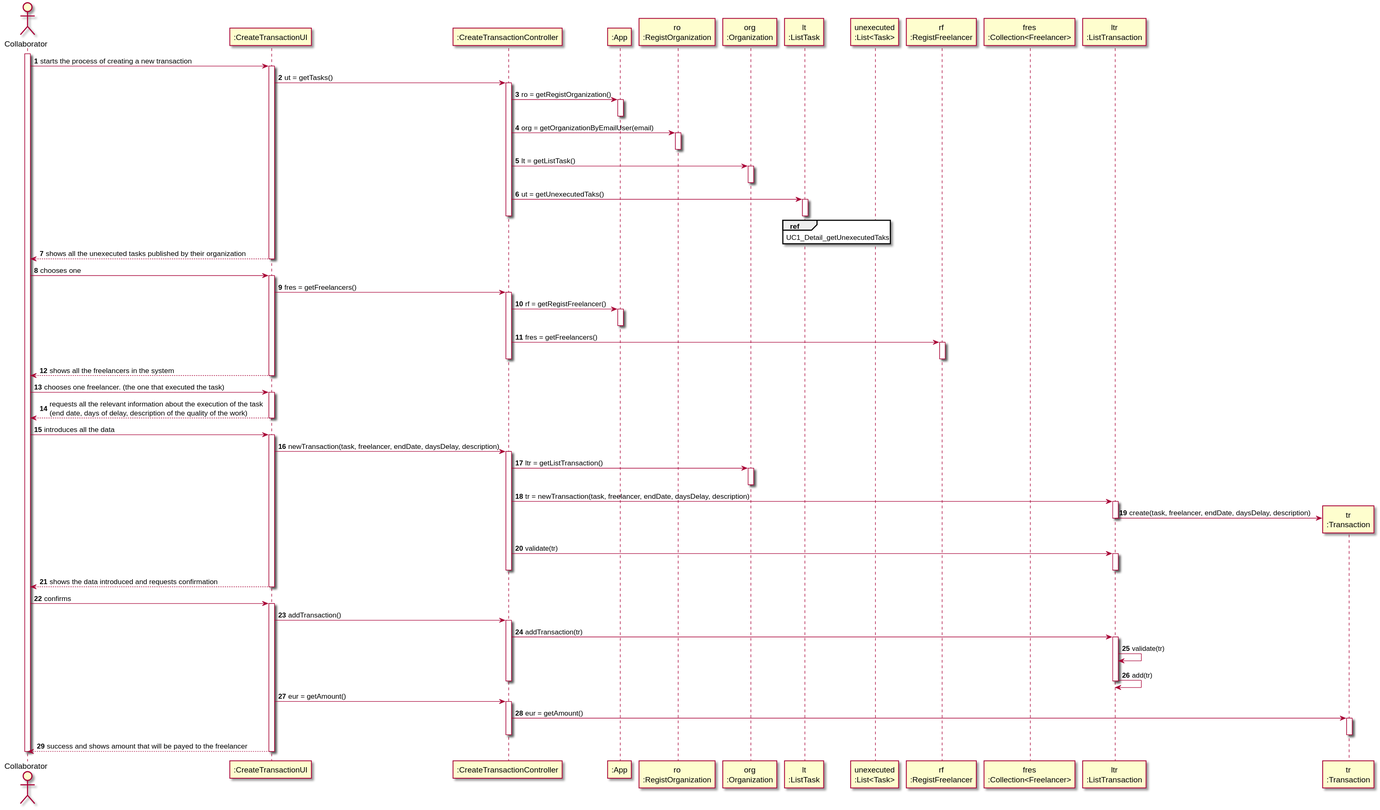
botelho-io/lapr2-2020-g029 keeps this PlantUML diagram as docs/UC_01/SD.svg. Above is the earlier version.
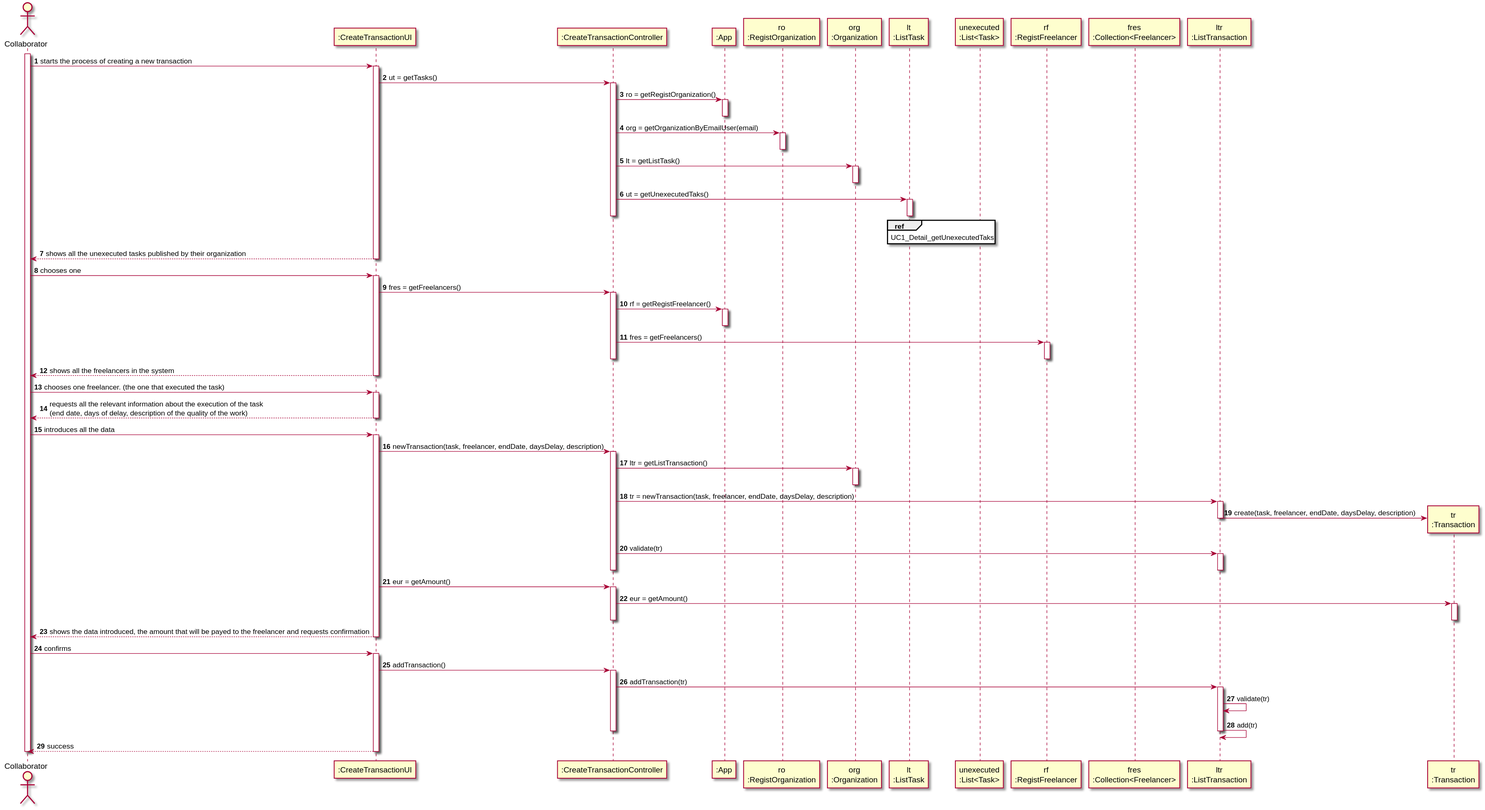
Later version of the same file.

The edit, as a diff of the source:
```diff
@@ -72,7 +72,13 @@
                         activate ltr
                         deactivate ltr
                 deactivate cnt
-                ui --> col : shows the data introduced and requests confirmation
+                ui -> cnt : eur = getAmount()
+                activate cnt
+                        cnt -> tr : eur = getAmount()
+                        activate tr
+                        deactivate tr
+                deactivate cnt
+                ui --> col : shows the data introduced, the amount that will be payed to the freelancer and requests confirmation
         deactivate ui
          col -> ui :  confirms
         activate ui
@@ -84,13 +90,7 @@
                                 ltr -> ltr : add(tr)
                         deactivate ltr
                 deactivate cnt
-                 ui -> cnt : eur = getAmount()
-                activate cnt
-                        cnt -> tr : eur = getAmount()
-                        activate tr
-                        deactivate tr
-                deactivate cnt
-                ui --> col :  success and shows amount that will be payed to the freelancer
+                ui --> col :  success
         deactivate ui
 deactivate col
 
```
